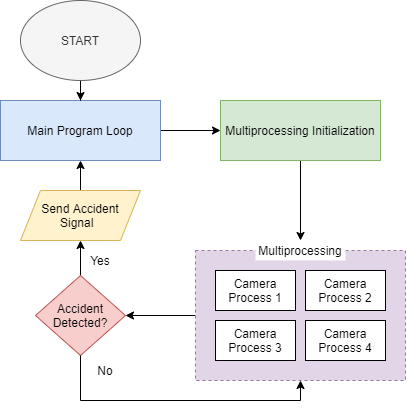
Before: DrawIO/chapt 5 flowchart.png, a diagram exported from draw.io (russellcaragay/PD-Files). Source tidied: cells renumbered, new cells last; positions are measured from the earlier drawing's top-left corner, leaving out a move shared by most shapes.
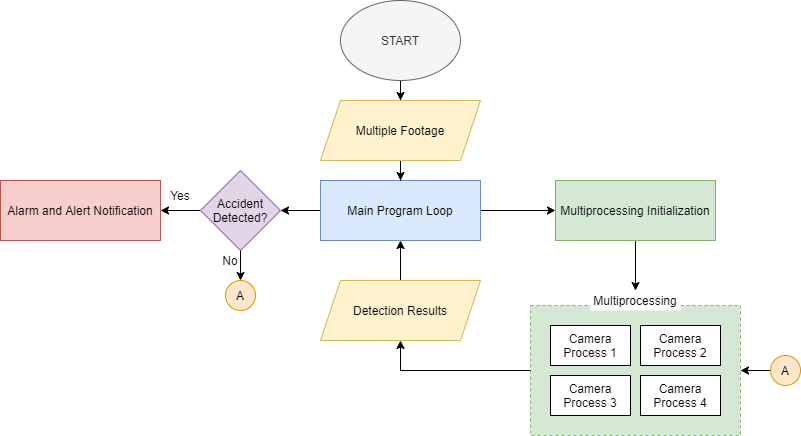
Above is the later version.

What changed in the source:
```diff
@@ -2,70 +2,95 @@
   <root>
     <mxCell id="0" />
     <mxCell id="1" parent="0" />
-    <mxCell id="2" style="edgeStyle=orthogonalEdgeStyle;rounded=0;jettySize=auto;html=1;" parent="1" edge="1" source="3" target="16">
-      <mxGeometry relative="1" as="geometry" />
-    </mxCell>
-    <mxCell id="3" style="rounded=0;whiteSpace=wrap;html=1;dashed=1;fillColor=#e1d5e7;strokeColor=#9673a6;" parent="1" vertex="1">
-      <mxGeometry x="195" y="250" width="210" height="130" as="geometry" />
+    <mxCell id="3" style="rounded=0;whiteSpace=wrap;html=1;dashed=1;fillColor=#d5e8d4;strokeColor=#82b366;" parent="1" vertex="1">
+      <mxGeometry x="190" y="235" width="210" height="130" as="geometry" />
     </mxCell>
-    <mxCell id="4" style="edgeStyle=orthogonalEdgeStyle;rounded=0;jettySize=auto;html=1;entryX=0;entryY=0.5;entryDx=0;entryDy=0;" parent="1" edge="1" source="5" target="9">
+    <mxCell id="4" style="edgeStyle=orthogonalEdgeStyle;rounded=0;jettySize=auto;html=1;" parent="1" edge="1" source="5" target="9">
       <mxGeometry relative="1" as="geometry" />
     </mxCell>
+    <mxCell id="22" style="edgeStyle=orthogonalEdgeStyle;rounded=0;jettySize=auto;html=1;" parent="1" edge="1" source="5" target="16">
+      <mxGeometry relative="1" as="geometry" />
+    </mxCell>
     <mxCell id="5" value="Main Program Loop" style="rounded=0;whiteSpace=wrap;html=1;fillColor=#dae8fc;strokeColor=#6c8ebf;" parent="1" vertex="1">
-      <mxGeometry y="100" width="160" height="60" as="geometry" />
+      <mxGeometry x="-20" y="110" width="160" height="60" as="geometry" />
     </mxCell>
-    <mxCell id="6" style="edgeStyle=orthogonalEdgeStyle;rounded=0;jettySize=auto;html=1;" parent="1" edge="1" source="7" target="5">
-      <mxGeometry relative="1" as="geometry" />
+    <mxCell id="6" style="edgeStyle=orthogonalEdgeStyle;rounded=0;jettySize=auto;html=1;" parent="1" edge="1" target="5">
+      <mxGeometry relative="1" as="geometry">
+        <mxPoint x="60" y="90" as="sourcePoint" />
+      </mxGeometry>
     </mxCell>
+    <mxCell id="23" style="edgeStyle=orthogonalEdgeStyle;rounded=0;jettySize=auto;html=1;" parent="1" edge="1" source="7" target="24">
+      <mxGeometry relative="1" as="geometry" />
+    </mxCell>
     <mxCell id="7" value="START" style="ellipse;whiteSpace=wrap;html=1;fillColor=#f5f5f5;strokeColor=#666666;fontColor=#333333;" parent="1" vertex="1">
-      <mxGeometry x="20" width="120" height="80" as="geometry" />
+      <mxGeometry y="-70" width="120" height="80" as="geometry" />
     </mxCell>
-    <mxCell id="8" style="edgeStyle=orthogonalEdgeStyle;rounded=0;jettySize=auto;html=1;" parent="1" edge="1" source="9" target="14">
+    <mxCell id="8" style="edgeStyle=orthogonalEdgeStyle;rounded=0;jettySize=auto;html=1;entryX=0.5;entryY=0;entryDx=0;entryDy=0;" parent="1" edge="1" source="9" target="14">
       <mxGeometry relative="1" as="geometry" />
     </mxCell>
     <mxCell id="9" value="Multiprocessing Initialization" style="rounded=0;whiteSpace=wrap;html=1;fillColor=#d5e8d4;strokeColor=#82b366;" parent="1" vertex="1">
-      <mxGeometry x="220" y="100" width="160" height="60" as="geometry" />
+      <mxGeometry x="215" y="110" width="160" height="60" as="geometry" />
     </mxCell>
     <mxCell id="10" value="Camera Process 1" style="rounded=0;whiteSpace=wrap;html=1;" parent="1" vertex="1">
-      <mxGeometry x="215" y="270" width="80" height="40" as="geometry" />
+      <mxGeometry x="210" y="255" width="80" height="40" as="geometry" />
     </mxCell>
     <mxCell id="11" value="Camera Process 2" style="rounded=0;whiteSpace=wrap;html=1;" parent="1" vertex="1">
-      <mxGeometry x="305" y="270" width="80" height="40" as="geometry" />
+      <mxGeometry x="300" y="255" width="80" height="40" as="geometry" />
     </mxCell>
     <mxCell id="12" value="Camera Process 3" style="rounded=0;whiteSpace=wrap;html=1;" parent="1" vertex="1">
-      <mxGeometry x="215" y="320" width="80" height="40" as="geometry" />
+      <mxGeometry x="210" y="305" width="80" height="40" as="geometry" />
     </mxCell>
     <mxCell id="13" value="Camera Process 4" style="rounded=0;whiteSpace=wrap;html=1;" parent="1" vertex="1">
-      <mxGeometry x="305" y="320" width="80" height="40" as="geometry" />
+      <mxGeometry x="300" y="305" width="80" height="40" as="geometry" />
     </mxCell>
     <mxCell id="14" value="Multiprocessing" style="text;html=1;strokeColor=none;align=center;verticalAlign=middle;whiteSpace=wrap;rounded=0;dashed=1;fillColor=#ffffff;" parent="1" vertex="1">
-      <mxGeometry x="255" y="240" width="90" height="20" as="geometry" />
+      <mxGeometry x="250" y="220" width="90" height="20" as="geometry" />
     </mxCell>
-    <mxCell id="15" style="edgeStyle=orthogonalEdgeStyle;rounded=0;jettySize=auto;html=1;entryX=0.5;entryY=1;entryDx=0;entryDy=0;" parent="1" edge="1" source="16" target="18">
-      <mxGeometry relative="1" as="geometry" />
-    </mxCell>
+    <mxCell id="24" value="Multiple Footage" style="shape=parallelogram;perimeter=parallelogramPerimeter;whiteSpace=wrap;html=1;fixedSize=1;fillColor=#fff2cc;strokeColor=#d6b656;" parent="1" vertex="1">
+      <mxGeometry x="-20" y="30" width="160" height="60" as="geometry" />
+    </mxCell>
+    <mxCell id="25" style="edgeStyle=orthogonalEdgeStyle;rounded=0;jettySize=auto;html=1;" parent="1" edge="1" target="5">
+      <mxGeometry relative="1" as="geometry">
+        <mxPoint x="60" y="210" as="sourcePoint" />
+      </mxGeometry>
+    </mxCell>
+    <mxCell id="26" style="edgeStyle=orthogonalEdgeStyle;rounded=0;jettySize=auto;html=1;" parent="1" edge="1" source="16" target="27">
+      <mxGeometry relative="1" as="geometry" />
+    </mxCell>
-    <mxCell id="16" value="Accident Detected?" style="rhombus;whiteSpace=wrap;html=1;fillColor=#f8cecc;strokeColor=#b85450;" parent="1" vertex="1">
-      <mxGeometry x="35" y="275" width="90" height="80" as="geometry" />
+    <mxCell id="16" value="Accident Detected?" style="rhombus;whiteSpace=wrap;html=1;fillColor=#e1d5e7;strokeColor=#9673a6;" parent="1" vertex="1">
+      <mxGeometry x="-140" y="100" width="80" height="80" as="geometry" />
     </mxCell>
-    <mxCell id="17" style="edgeStyle=orthogonalEdgeStyle;rounded=0;jettySize=auto;html=1;" parent="1" edge="1" source="18" target="5">
-      <mxGeometry relative="1" as="geometry" />
-    </mxCell>
-    <mxCell id="18" value="Send Accident Signal&amp;nbsp;&amp;nbsp;" style="shape=parallelogram;perimeter=parallelogramPerimeter;whiteSpace=wrap;html=1;fixedSize=1;fillColor=#fff2cc;strokeColor=#d6b656;" parent="1" vertex="1">
-      <mxGeometry x="20" y="190" width="120" height="50" as="geometry" />
-    </mxCell>
-    <mxCell id="19" style="endArrow=classic;html=1;entryX=0.5;entryY=1;entryDx=0;entryDy=0;exitX=0.5;exitY=1;exitDx=0;exitDy=0;rounded=0;" parent="1" edge="1" source="16" target="3">
-      <mxGeometry relative="1" as="geometry">
-        <Array as="points">
-          <mxPoint x="80" y="400" />
-          <mxPoint x="300" y="400" />
-        </Array>
-      </mxGeometry>
-    </mxCell>
+    <mxCell id="27" value="Alarm and Alert Notification" style="rounded=0;whiteSpace=wrap;html=1;fillColor=#f8cecc;strokeColor=#b85450;" parent="1" vertex="1">
+      <mxGeometry x="-340" y="110" width="160" height="60" as="geometry" />
+    </mxCell>
     <mxCell id="20" value="Yes" style="text;html=1;strokeColor=none;fillColor=none;align=center;verticalAlign=middle;whiteSpace=wrap;rounded=0;" parent="1" vertex="1">
-      <mxGeometry x="80" y="250" width="40" height="20" as="geometry" />
+      <mxGeometry x="-180" y="115" width="40" height="20" as="geometry" />
     </mxCell>
+    <mxCell id="28" value="A" style="ellipse;whiteSpace=wrap;html=1;fillColor=#ffe6cc;strokeColor=#d79b00;" parent="1" vertex="1">
+      <mxGeometry x="-115" y="210" width="30" height="30" as="geometry" />
+    </mxCell>
+    <mxCell id="29" style="endArrow=classic;html=1;exitX=0.5;exitY=1;exitDx=0;exitDy=0;entryX=0.5;entryY=0;entryDx=0;entryDy=0;" parent="1" edge="1" source="16" target="28">
+      <mxGeometry relative="1" as="geometry" />
+    </mxCell>
     <mxCell id="21" value="No" style="text;html=1;strokeColor=none;fillColor=none;align=center;verticalAlign=middle;whiteSpace=wrap;rounded=0;" parent="1" vertex="1">
-      <mxGeometry x="85" y="360" width="40" height="20" as="geometry" />
+      <mxGeometry x="-130" y="180" width="40" height="20" as="geometry" />
     </mxCell>
+    <mxCell id="30" style="endArrow=classic;html=1;entryX=0.5;entryY=1;entryDx=0;entryDy=0;exitX=0;exitY=0.5;exitDx=0;exitDy=0;rounded=0;" parent="1" edge="1" source="3">
+      <mxGeometry relative="1" as="geometry">
+        <mxPoint x="60" y="270" as="targetPoint" />
+        <Array as="points">
+          <mxPoint x="60" y="300" />
+        </Array>
+      </mxGeometry>
+    </mxCell>
+    <mxCell id="31" style="edgeStyle=orthogonalEdgeStyle;rounded=0;jettySize=auto;html=1;entryX=1;entryY=0.5;entryDx=0;entryDy=0;" parent="1" edge="1" source="32" target="3">
+      <mxGeometry relative="1" as="geometry" />
+    </mxCell>
+    <mxCell id="32" value="A" style="ellipse;whiteSpace=wrap;html=1;fillColor=#ffe6cc;strokeColor=#d79b00;" parent="1" vertex="1">
+      <mxGeometry x="430" y="285" width="30" height="30" as="geometry" />
+    </mxCell>
+    <mxCell id="33" value="Detection Results" style="shape=parallelogram;perimeter=parallelogramPerimeter;whiteSpace=wrap;html=1;fixedSize=1;fillColor=#fff2cc;strokeColor=#d6b656;" parent="1" vertex="1">
+      <mxGeometry x="-20" y="210" width="160" height="60" as="geometry" />
+    </mxCell>
   </root>
 </mxGraphModel>
```
